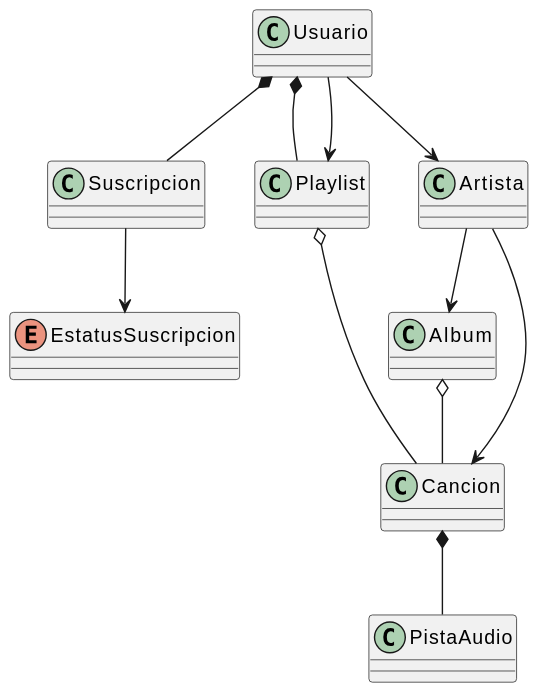
Earlier version of the PlantUML export entregas/linaresJaime/modelosUML/diagramaClases.svg (mmasias/25-26-IDSW2). Source of this version:
```plantuml
@startuml
skinparam classAttributeIconSize 0

enum EstatusSuscripcion {
}

class Usuario {
}
class Suscripcion {
}
class Playlist {
}

class Artista {
}
class Album {
}
class Cancion {
}
class PistaAudio {
}


Usuario *-- Suscripcion
Suscripcion --> EstatusSuscripcion

Artista --> Album
Artista --> Cancion
Album o-- Cancion
Cancion *-- PistaAudio

Usuario *-- Playlist
Usuario --> Playlist

Playlist o-- Cancion
Usuario --> Artista
@enduml
```
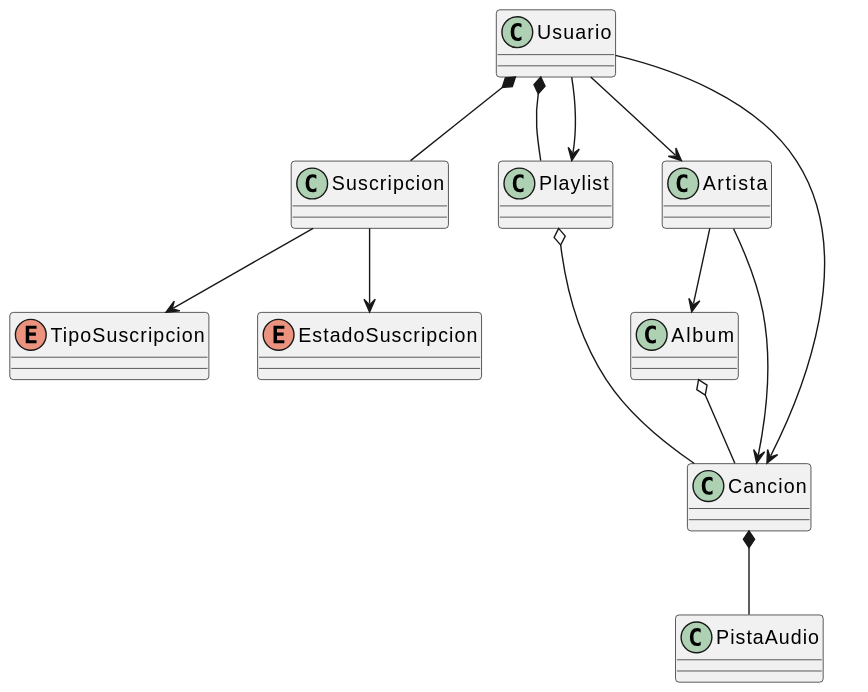
After the change.

The edit, as a diff of the source:
```diff
@@ -1,37 +1,48 @@
 @startuml
 skinparam classAttributeIconSize 0
 
-enum EstatusSuscripcion {
+enum TipoSuscripcion {
+}
+
+enum EstadoSuscripcion {
 }
 
 class Usuario {
 }
+
 class Suscripcion {
 }
+
 class Playlist {
 }
 
 class Artista {
 }
+
 class Album {
 }
+
 class Cancion {
 }
+
 class PistaAudio {
 }
 
 
 Usuario *-- Suscripcion
-Suscripcion --> EstatusSuscripcion
+Suscripcion --> TipoSuscripcion
+Suscripcion --> EstadoSuscripcion
+
+Usuario *-- Playlist
+Usuario --> Playlist
+Usuario --> Artista
+Usuario --> Cancion
 
 Artista --> Album
 Artista --> Cancion
+
 Album o-- Cancion
+Playlist o-- Cancion
+
 Cancion *-- PistaAudio
-
-Usuario *-- Playlist
-Usuario --> Playlist
-
-Playlist o-- Cancion
-Usuario --> Artista
 @enduml
```
